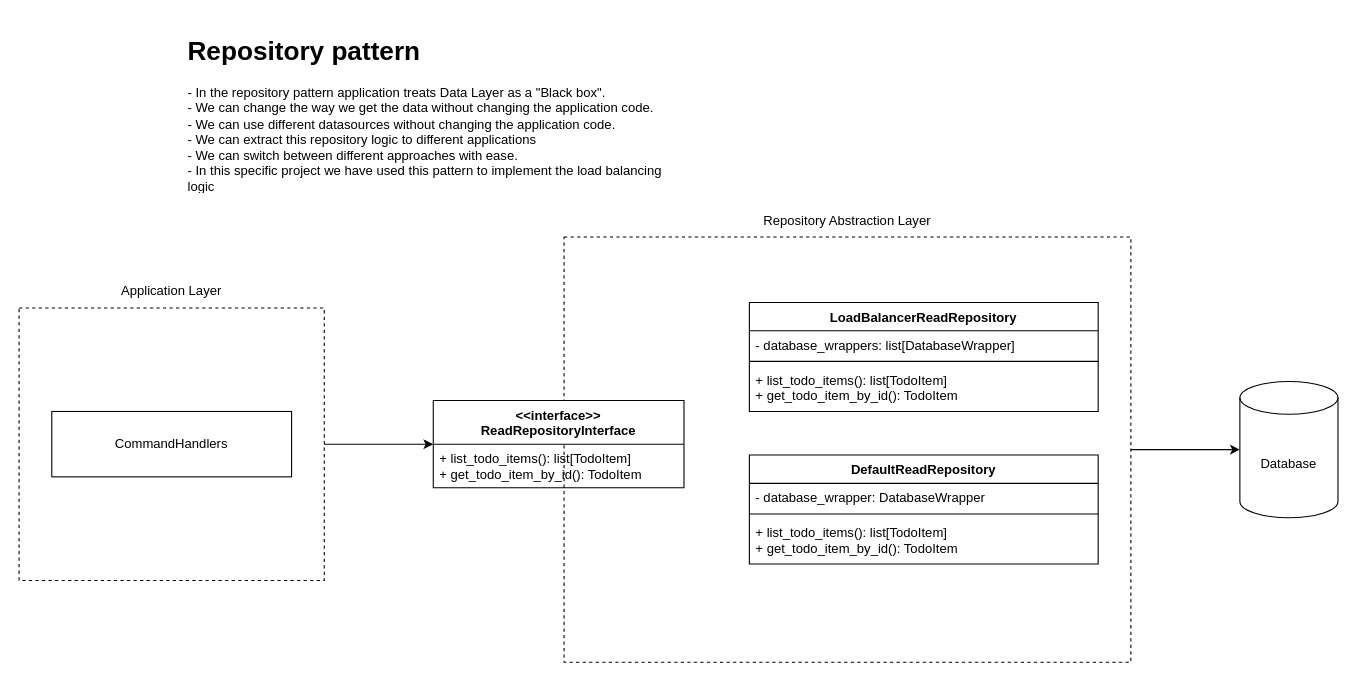
This is repository_pattern.drawio from corey888773/django-orm-software-load-balancer, a draw.io file, before an edit. Source tidied: cells renumbered, new cells numbered last; positions are measured from the earlier drawing's top-left corner, leaving out a move shared by most shapes. Both pictures are drawn from the tidied source at 109%, with x=0, y=0 at pixel (19, 29).
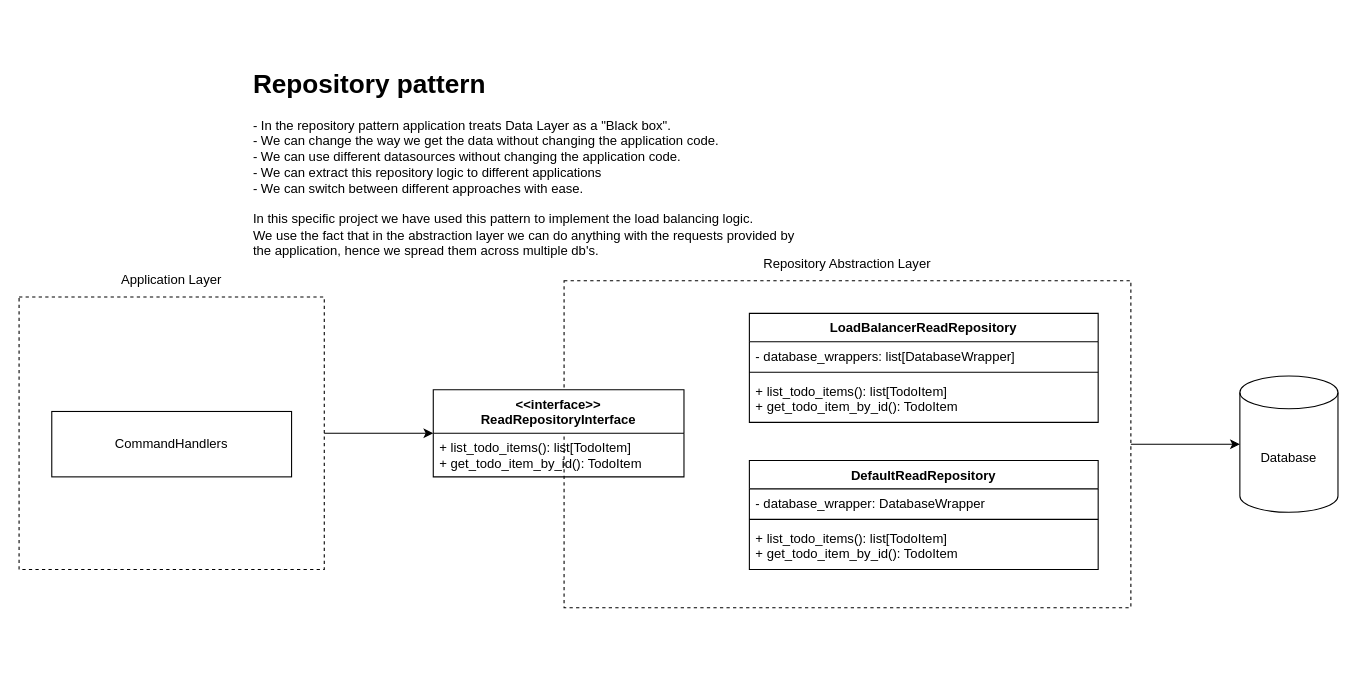
After the change.

Commit message:
Add Repository pattern description

Change to the diagram source:
```diff
@@
     <mxCell id="3" style="rounded=0;whiteSpace=wrap;html=1;fillColor=none;dashed=1;" parent="1" vertex="1">
-      <mxGeometry y="255" width="280" height="250" as="geometry" />
+      <mxGeometry y="245" width="280" height="250" as="geometry" />
     </mxCell>
     <mxCell id="4" style="rounded=0;whiteSpace=wrap;html=1;fillColor=none;dashed=1;" parent="1" vertex="1">
-      <mxGeometry x="500" y="190" width="520" height="390" as="geometry" />
+      <mxGeometry x="500" y="230" width="520" height="300" as="geometry" />
     </mxCell>
     <mxCell id="5" value="&amp;lt;&amp;lt;interface&amp;gt;&amp;gt;&lt;br&gt;ReadRepositoryInterface" style="swimlane;fontStyle=1;align=center;verticalAlign=top;horizontal=1;startSize=40;whiteSpace=wrap;html=1;" parent="1" vertex="1">
-      <mxGeometry x="380" y="340" width="230" height="80" as="geometry" />
+      <mxGeometry x="380" y="330" width="230" height="80" as="geometry" />
     </mxCell>
@@
     <mxCell id="7" value="Database" style="shape=cylinder3;whiteSpace=wrap;html=1;boundedLbl=1;backgroundOutline=1;size=15;" parent="1" vertex="1">
-      <mxGeometry x="1120" y="322.5" width="90" height="125" as="geometry" />
+      <mxGeometry x="1120" y="317.5" width="90" height="125" as="geometry" />
     </mxCell>
     <mxCell id="8" value="LoadBalancerReadRepository" style="swimlane;fontStyle=1;align=center;verticalAlign=top;horizontal=1;startSize=26;whiteSpace=wrap;html=1;" parent="1" vertex="1">
-      <mxGeometry x="670" y="250" width="320" height="100" as="geometry" />
+      <mxGeometry x="670" y="260" width="320" height="100" as="geometry" />
     </mxCell>
@@
     <mxCell id="12" value="DefaultReadRepository" style="swimlane;fontStyle=1;align=center;verticalAlign=top;horizontal=1;startSize=26;whiteSpace=wrap;html=1;" parent="1" vertex="1">
-      <mxGeometry x="670" y="390" width="320" height="100" as="geometry" />
+      <mxGeometry x="670" y="395" width="320" height="100" as="geometry" />
     </mxCell>
@@
     <mxCell id="18" value="Application Layer" style="text;html=1;strokeColor=none;fillColor=none;align=center;verticalAlign=middle;whiteSpace=wrap;rounded=0;" parent="1" vertex="1">
-      <mxGeometry y="225" width="280" height="30" as="geometry" />
+      <mxGeometry y="215" width="280" height="30" as="geometry" />
     </mxCell>
     <mxCell id="19" value="Repository Abstraction Layer" style="text;html=1;strokeColor=none;fillColor=none;align=center;verticalAlign=middle;whiteSpace=wrap;rounded=0;" parent="1" vertex="1">
-      <mxGeometry x="500" y="160" width="520" height="30" as="geometry" />
+      <mxGeometry x="500" y="200" width="520" height="30" as="geometry" />
     </mxCell>
-    <mxCell id="20" value="&lt;h1&gt;Repository pattern&lt;/h1&gt;&lt;div&gt;- In the repository pattern application treats Data Layer as a &quot;Black box&quot;.&lt;/div&gt;&lt;div&gt;- We can change the way we get the data without changing the application code.&lt;/div&gt;&lt;div&gt;- We can use different datasources without changing the application code.&lt;/div&gt;&lt;div&gt;- We can extract this repository logic to different applications&lt;/div&gt;&lt;div&gt;- We can switch between different approaches with ease.&lt;/div&gt;&lt;div&gt;- In this specific project we have used this pattern to implement the load balancing logic&lt;/div&gt;" style="text;html=1;strokeColor=none;fillColor=none;spacing=5;spacingTop=-20;whiteSpace=wrap;overflow=hidden;rounded=0;" parent="1" vertex="1">
-      <mxGeometry x="150" width="450" height="150" as="geometry" />
+    <mxCell id="20" value="&lt;h1&gt;Repository pattern&lt;/h1&gt;&lt;div&gt;- In the repository pattern application treats Data Layer as a &quot;Black box&quot;.&lt;/div&gt;&lt;div&gt;- We can change the way we get the data without changing the application code.&lt;/div&gt;&lt;div&gt;- We can use different datasources without changing the application code.&lt;/div&gt;&lt;div&gt;- We can extract this repository logic to different applications&lt;/div&gt;&lt;div&gt;- We can switch between different approaches with ease.&lt;/div&gt;&lt;div&gt;&lt;br&gt;&lt;/div&gt;&lt;div&gt;In this specific project we have used this pattern to implement the load balancing logic.&amp;nbsp;&lt;/div&gt;&lt;div&gt;We use the fact that in the abstraction layer we can do anything with the requests provided by the application, hence we spread them across multiple db's.&amp;nbsp;&lt;/div&gt;" style="text;html=1;strokeColor=none;fillColor=none;spacing=5;spacingTop=-20;whiteSpace=wrap;overflow=hidden;rounded=0;" parent="1" vertex="1">
+      <mxGeometry x="210" y="30" width="520" height="190" as="geometry" />
     </mxCell>
```
